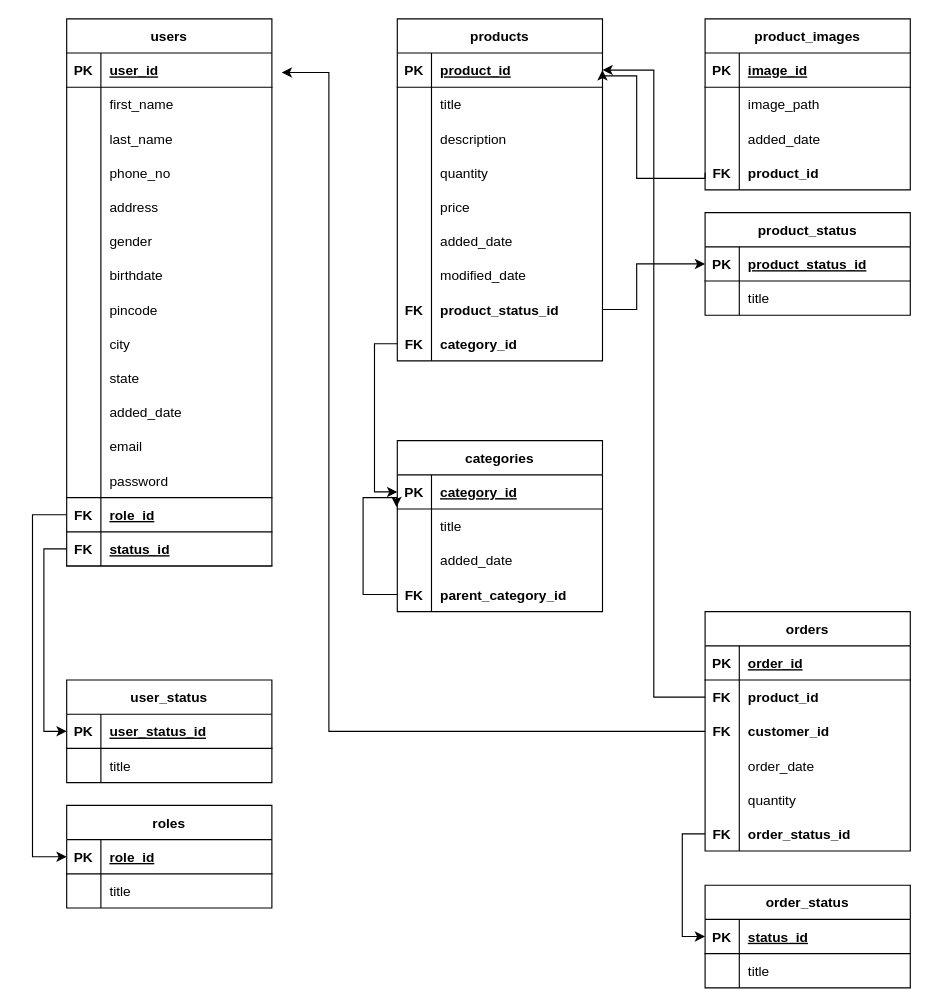
This is page "er_Diagram" (1 of 4) of online_cloth_shopping.drawio from sudopwr/database-course, a draw.io file, before an edit. Source tidied: cells renumbered, new cells numbered last; positions are measured from the earlier drawing's top-left corner, leaving out a move shared by most shapes. Both pictures are drawn from the tidied source at 114%, with x=0, y=0 at pixel (32, 18).
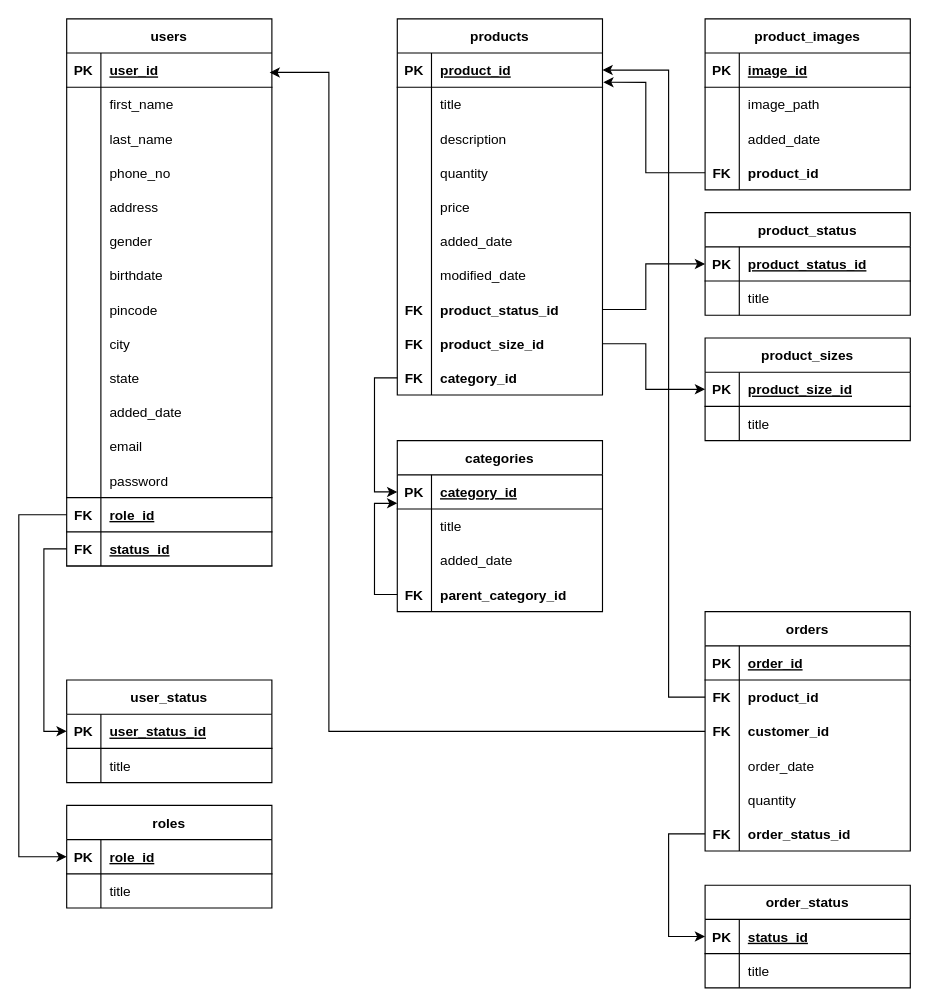
The same page after the edit.

Unchanged cells that the change refers to:
```xml
<mxCell id="3" style="shape=tableRow;horizontal=0;startSize=0;swimlaneHead=0;swimlaneBody=0;fillColor=none;points=[[0,0.5],[1,0.5]];portConstraint=eastwest;top=0;left=0;right=0;bottom=1;" parent="2" vertex="1">
  <mxGeometry y="30" width="180" height="30" as="geometry" />
</mxCell>
<mxCell id="42" style="shape=tableRow;horizontal=0;startSize=0;swimlaneHead=0;swimlaneBody=0;fillColor=none;points=[[0,0.5],[1,0.5]];portConstraint=eastwest;top=0;left=0;right=0;bottom=1;" parent="2" vertex="1">
  <mxGeometry y="420" width="180" height="30" as="geometry" />
</mxCell>
<mxCell id="49" style="shape=tableRow;horizontal=0;startSize=0;swimlaneHead=0;swimlaneBody=0;fillColor=none;points=[[0,0.5],[1,0.5]];portConstraint=eastwest;top=0;left=0;right=0;bottom=1;" parent="48" vertex="1">
  <mxGeometry y="30" width="180" height="30" as="geometry" />
</mxCell>
<mxCell id="56" style="shape=tableRow;horizontal=0;startSize=0;swimlaneHead=0;swimlaneBody=0;fillColor=none;points=[[0,0.5],[1,0.5]];portConstraint=eastwest;top=0;left=0;right=0;bottom=1;" parent="55" vertex="1">
  <mxGeometry y="30" width="180" height="30" as="geometry" />
</mxCell>
<mxCell id="77" style="shape=tableRow;horizontal=0;startSize=0;swimlaneHead=0;swimlaneBody=0;fillColor=none;points=[[0,0.5],[1,0.5]];portConstraint=eastwest;top=0;left=0;right=0;bottom=0;" parent="55" vertex="1">
  <mxGeometry y="240" width="180" height="30" as="geometry" />
</mxCell>
<mxCell id="93" style="shape=tableRow;horizontal=0;startSize=0;swimlaneHead=0;swimlaneBody=0;fillColor=none;points=[[0,0.5],[1,0.5]];portConstraint=eastwest;top=0;left=0;right=0;bottom=0;" parent="83" vertex="1">
  <mxGeometry y="120" width="180" height="30" as="geometry" />
</mxCell>
<mxCell id="96" value="categories" style="shape=table;startSize=30;childLayout=tableLayout;rowLines=0;fontStyle=1;align=center;" parent="1" vertex="1">
  <mxGeometry x="320" y="370" width="180" height="150" as="geometry" />
</mxCell>
<mxCell id="97" style="shape=tableRow;horizontal=0;startSize=0;swimlaneHead=0;swimlaneBody=0;fillColor=none;points=[[0,0.5],[1,0.5]];portConstraint=eastwest;top=0;left=0;right=0;bottom=1;" parent="96" vertex="1">
  <mxGeometry y="30" width="180" height="30" as="geometry" />
</mxCell>
<mxCell id="100" style="shape=tableRow;horizontal=0;startSize=0;swimlaneHead=0;swimlaneBody=0;fillColor=none;points=[[0,0.5],[1,0.5]];portConstraint=eastwest;top=0;left=0;right=0;bottom=0;" parent="96" vertex="1">
  <mxGeometry y="60" width="180" height="30" as="geometry" />
</mxCell>
<mxCell id="106" style="shape=tableRow;horizontal=0;startSize=0;swimlaneHead=0;swimlaneBody=0;fillColor=none;points=[[0,0.5],[1,0.5]];portConstraint=eastwest;top=0;left=0;right=0;bottom=0;" parent="96" vertex="1">
  <mxGeometry y="120" width="180" height="30" as="geometry" />
</mxCell>
<mxCell id="112" style="shape=tableRow;horizontal=0;startSize=0;swimlaneHead=0;swimlaneBody=0;fillColor=none;points=[[0,0.5],[1,0.5]];portConstraint=eastwest;top=0;left=0;right=0;bottom=1;" parent="111" vertex="1">
  <mxGeometry y="30" width="180" height="30" as="geometry" />
</mxCell>
<mxCell id="132" style="shape=tableRow;horizontal=0;startSize=0;swimlaneHead=0;swimlaneBody=0;fillColor=none;points=[[0,0.5],[1,0.5]];portConstraint=eastwest;top=0;left=0;right=0;bottom=0;" parent="128" vertex="1">
  <mxGeometry y="60" width="180" height="30" as="geometry" />
</mxCell>
<mxCell id="135" style="shape=tableRow;horizontal=0;startSize=0;swimlaneHead=0;swimlaneBody=0;fillColor=none;points=[[0,0.5],[1,0.5]];portConstraint=eastwest;top=0;left=0;right=0;bottom=0;" parent="128" vertex="1">
  <mxGeometry y="90" width="180" height="30" as="geometry" />
</mxCell>
<mxCell id="144" style="shape=tableRow;horizontal=0;startSize=0;swimlaneHead=0;swimlaneBody=0;fillColor=none;points=[[0,0.5],[1,0.5]];portConstraint=eastwest;top=0;left=0;right=0;bottom=0;" parent="128" vertex="1">
  <mxGeometry y="180" width="180" height="30" as="geometry" />
</mxCell>
<mxCell id="148" style="shape=tableRow;horizontal=0;startSize=0;swimlaneHead=0;swimlaneBody=0;fillColor=none;points=[[0,0.5],[1,0.5]];portConstraint=eastwest;top=0;left=0;right=0;bottom=1;" parent="147" vertex="1">
  <mxGeometry y="30" width="180" height="30" as="geometry" />
</mxCell>
```

What changed in the source:
```diff
@@
     <mxCell id="55" value="products" style="shape=table;startSize=30;childLayout=tableLayout;rowLines=0;fontStyle=1;align=center;" parent="1" vertex="1">
-      <mxGeometry x="320" width="180" height="300" as="geometry" />
+      <mxGeometry x="320" width="180" height="330" as="geometry" />
     </mxCell>
@@
+    <mxCell id="158" style="shape=tableRow;horizontal=0;startSize=0;swimlaneHead=0;swimlaneBody=0;fillColor=none;points=[[0,0.5],[1,0.5]];portConstraint=eastwest;top=0;left=0;right=0;bottom=0;" parent="55" vertex="1">
+      <mxGeometry y="270" width="180" height="30" as="geometry" />
+    </mxCell>
+    <mxCell id="159" value="FK" style="shape=partialRectangle;fillColor=none;top=0;left=0;bottom=0;right=0;overflow=hidden;fontStyle=1;" parent="158" vertex="1">
+      <mxGeometry width="30" height="30" as="geometry" />
+    </mxCell>
+    <mxCell id="160" value="product_size_id" style="shape=partialRectangle;fillColor=none;top=0;left=0;bottom=0;right=0;align=left;spacingLeft=6;overflow=hidden;fontStyle=1;" parent="158" vertex="1">
+      <mxGeometry x="30" width="150" height="30" as="geometry" />
+    </mxCell>
     <mxCell id="80" style="shape=tableRow;horizontal=0;startSize=0;swimlaneHead=0;swimlaneBody=0;fillColor=none;points=[[0,0.5],[1,0.5]];portConstraint=eastwest;top=0;left=0;right=0;bottom=0;" parent="55" vertex="1">
-      <mxGeometry y="270" width="180" height="30" as="geometry" />
+      <mxGeometry y="300" width="180" height="30" as="geometry" />
     </mxCell>
@@
+    <mxCell id="161" style="edgeStyle=orthogonalEdgeStyle;rounded=0;jettySize=auto;html=1;exitX=0;exitY=0.5;exitDx=0;exitDy=0;" parent="96" edge="1" source="106">
+      <mxGeometry relative="1" as="geometry">
+        <mxPoint y="55" as="targetPoint" />
+        <Array as="points">
+          <mxPoint x="-20" y="135" />
+          <mxPoint x="-20" y="55" />
+          <mxPoint y="55" />
+        </Array>
+      </mxGeometry>
+    </mxCell>
@@
-    <mxCell id="109" style="edgeStyle=orthogonalEdgeStyle;rounded=0;jettySize=auto;html=1;exitX=0;exitY=0.5;exitDx=0;exitDy=0;entryX=-0.004;entryY=-0.057;entryDx=0;entryDy=0;entryPerimeter=0;" parent="96" edge="1" source="106" target="100">
-      <mxGeometry relative="1" as="geometry">
-        <Array as="points">
-          <mxPoint x="-30" y="135" />
-          <mxPoint x="-30" y="50" />
-          <mxPoint x="-1" y="50" />
-        </Array>
-      </mxGeometry>
-    </mxCell>
-    <mxCell id="110" style="edgeStyle=orthogonalEdgeStyle;rounded=0;jettySize=auto;html=1;exitX=0;exitY=0.5;exitDx=0;exitDy=0;entryX=1;entryY=0.5;entryDx=0;entryDy=0;" parent="1" edge="1" source="93" target="56">
-      <mxGeometry relative="1" as="geometry">
-        <Array as="points">
-          <mxPoint x="590" y="140" />
-          <mxPoint x="530" y="140" />
-          <mxPoint x="530" y="50" />
-          <mxPoint x="500" y="50" />
-        </Array>
-      </mxGeometry>
-    </mxCell>
@@
     <mxCell id="125" style="edgeStyle=orthogonalEdgeStyle;rounded=0;jettySize=auto;html=1;exitX=1;exitY=0.5;exitDx=0;exitDy=0;entryX=0;entryY=0.5;entryDx=0;entryDy=0;" parent="1" edge="1" source="77" target="112">
       <mxGeometry relative="1" as="geometry">
         <Array as="points">
-          <mxPoint x="530" y="255" />
-          <mxPoint x="530" y="215" />
+          <mxPoint x="538" y="255" />
+          <mxPoint x="538" y="215" />
         </Array>
       </mxGeometry>
     </mxCell>
@@
     <mxCell id="127" style="edgeStyle=orthogonalEdgeStyle;rounded=0;jettySize=auto;html=1;exitX=0;exitY=0.5;exitDx=0;exitDy=0;entryX=0;entryY=0.5;entryDx=0;entryDy=0;" parent="1" edge="1" source="80" target="97">
       <mxGeometry relative="1" as="geometry">
         <Array as="points">
-          <mxPoint x="300" y="285" />
+          <mxPoint x="300" y="315" />
           <mxPoint x="300" y="415" />
         </Array>
       </mxGeometry>
     </mxCell>
@@
     <mxCell id="154" style="edgeStyle=orthogonalEdgeStyle;rounded=0;jettySize=auto;html=1;exitX=0;exitY=0.5;exitDx=0;exitDy=0;entryX=0;entryY=0.5;entryDx=0;entryDy=0;" parent="1" edge="1" source="144" target="148">
-      <mxGeometry relative="1" as="geometry" />
+      <mxGeometry relative="1" as="geometry">
+        <Array as="points">
+          <mxPoint x="558" y="715" />
+          <mxPoint x="558" y="805" />
+        </Array>
+      </mxGeometry>
     </mxCell>
     <mxCell id="155" style="edgeStyle=orthogonalEdgeStyle;rounded=0;jettySize=auto;html=1;exitX=0;exitY=0.5;exitDx=0;exitDy=0;entryX=0;entryY=0.5;entryDx=0;entryDy=0;" parent="1" edge="1" source="42" target="49">
       <mxGeometry relative="1" as="geometry">
         <Array as="points">
-          <mxPoint y="435" />
-          <mxPoint y="735" />
+          <mxPoint x="-12" y="435" />
+          <mxPoint x="-12" y="735" />
         </Array>
       </mxGeometry>
     </mxCell>
     <mxCell id="156" style="edgeStyle=orthogonalEdgeStyle;rounded=0;jettySize=auto;html=1;exitX=0;exitY=0.5;exitDx=0;exitDy=0;entryX=1;entryY=0.5;entryDx=0;entryDy=0;" parent="1" edge="1" source="132" target="56">
-      <mxGeometry relative="1" as="geometry" />
+      <mxGeometry relative="1" as="geometry">
+        <Array as="points">
+          <mxPoint x="558" y="595" />
+          <mxPoint x="558" y="45" />
+        </Array>
+      </mxGeometry>
     </mxCell>
-    <mxCell id="157" style="edgeStyle=orthogonalEdgeStyle;rounded=0;jettySize=auto;html=1;exitX=0;exitY=0.5;exitDx=0;exitDy=0;entryX=1.048;entryY=0.571;entryDx=0;entryDy=0;entryPerimeter=0;" parent="1" edge="1" source="135" target="3">
+    <mxCell id="157" style="edgeStyle=orthogonalEdgeStyle;rounded=0;jettySize=auto;html=1;exitX=0;exitY=0.5;exitDx=0;exitDy=0;" parent="1" edge="1" source="135">
       <mxGeometry relative="1" as="geometry">
+        <mxPoint x="208" y="47" as="targetPoint" />
         <Array as="points">
           <mxPoint x="260" y="625" />
           <mxPoint x="260" y="47" />
         </Array>
       </mxGeometry>
     </mxCell>
+    <mxCell id="110" style="edgeStyle=orthogonalEdgeStyle;rounded=0;jettySize=auto;html=1;exitX=0;exitY=0.5;exitDx=0;exitDy=0;entryX=1.004;entryY=0.856;entryDx=0;entryDy=0;entryPerimeter=0;" parent="1" edge="1" source="93" target="56">
+      <mxGeometry relative="1" as="geometry">
+        <Array as="points">
+          <mxPoint x="538" y="135" />
+          <mxPoint x="538" y="56" />
+        </Array>
+      </mxGeometry>
+    </mxCell>
+    <mxCell id="162" value="product_sizes" style="shape=table;startSize=30;childLayout=tableLayout;rowLines=0;fontStyle=1;align=center;" parent="1" vertex="1">
+      <mxGeometry x="590" y="280" width="180" height="90" as="geometry" />
+    </mxCell>
+    <mxCell id="163" style="shape=tableRow;horizontal=0;startSize=0;swimlaneHead=0;swimlaneBody=0;fillColor=none;points=[[0,0.5],[1,0.5]];portConstraint=eastwest;top=0;left=0;right=0;bottom=1;" parent="162" vertex="1">
+      <mxGeometry y="30" width="180" height="30" as="geometry" />
+    </mxCell>
+    <mxCell id="164" value="PK" style="shape=partialRectangle;fillColor=none;top=0;left=0;bottom=0;right=0;fontStyle=1;overflow=hidden;" parent="163" vertex="1">
+      <mxGeometry width="30" height="30" as="geometry" />
+    </mxCell>
+    <mxCell id="165" value="product_size_id" style="shape=partialRectangle;fillColor=none;top=0;left=0;bottom=0;right=0;align=left;spacingLeft=6;fontStyle=5;overflow=hidden;" parent="163" vertex="1">
+      <mxGeometry x="30" width="150" height="30" as="geometry" />
+    </mxCell>
+    <mxCell id="166" style="shape=tableRow;horizontal=0;startSize=0;swimlaneHead=0;swimlaneBody=0;fillColor=none;top=0;left=0;right=0;bottom=0;" parent="162" vertex="1">
+      <mxGeometry y="60" width="180" height="30" as="geometry" />
+    </mxCell>
+    <mxCell id="167" style="shape=partialRectangle;fillColor=none;top=0;left=0;bottom=0;right=0;overflow=hidden;" parent="166" vertex="1">
+      <mxGeometry width="30" height="30" as="geometry" />
+    </mxCell>
+    <mxCell id="168" value="title" style="shape=partialRectangle;fillColor=none;top=0;left=0;bottom=0;right=0;align=left;spacingLeft=6;overflow=hidden;" parent="166" vertex="1">
+      <mxGeometry x="30" width="150" height="30" as="geometry" />
+    </mxCell>
+    <mxCell id="169" style="edgeStyle=orthogonalEdgeStyle;rounded=0;jettySize=auto;html=1;exitX=1;exitY=0.5;exitDx=0;exitDy=0;entryX=0;entryY=0.5;entryDx=0;entryDy=0;" parent="1" edge="1" source="158" target="163">
+      <mxGeometry relative="1" as="geometry">
+        <Array as="points">
+          <mxPoint x="538" y="285" />
+          <mxPoint x="538" y="325" />
+        </Array>
+      </mxGeometry>
+    </mxCell>
```
